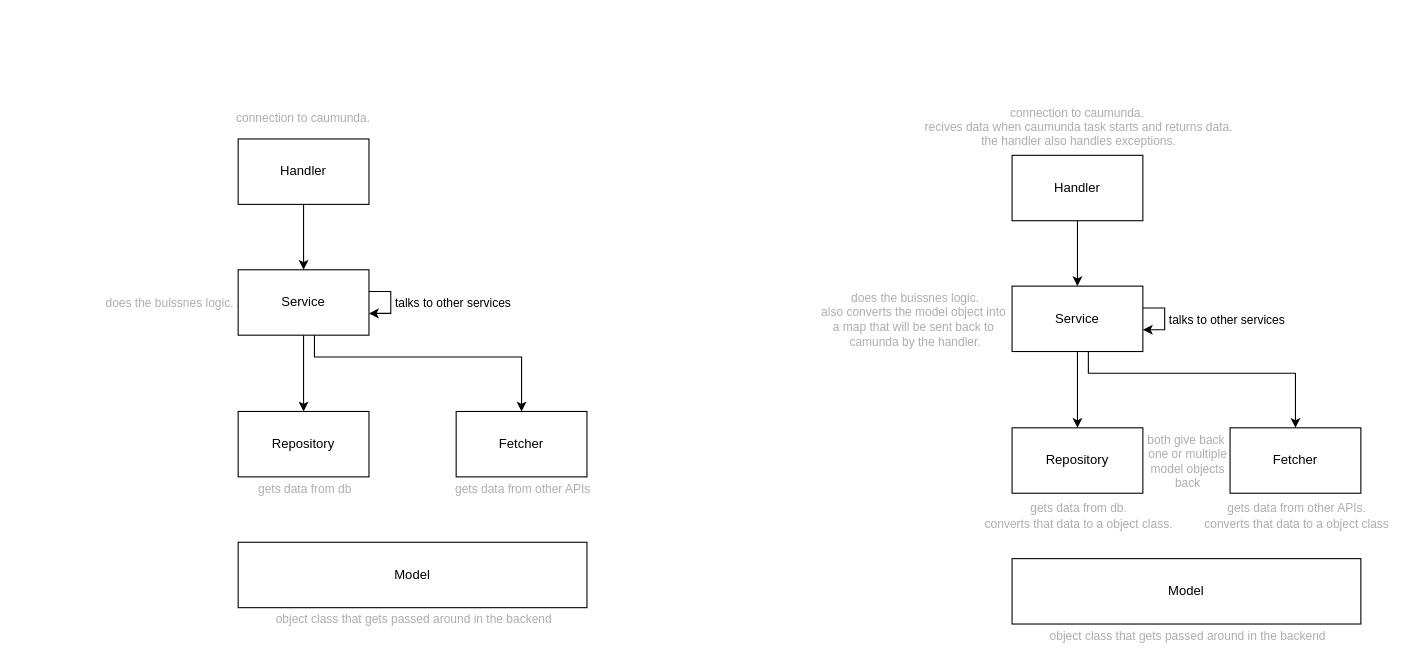
Above: 03-documentation/appendix/backend-structure.drawio in Luka0731/M254_AP24b_LB3_Canmaya-Grujic (draw.io), before the change. Source tidied: cells renumbered, new cells numbered last; positions are measured from the earlier drawing's top-left corner, leaving out a move shared by most shapes. Both pictures are drawn from the tidied source at 109%, with x=0, y=0 at pixel (168, 117).
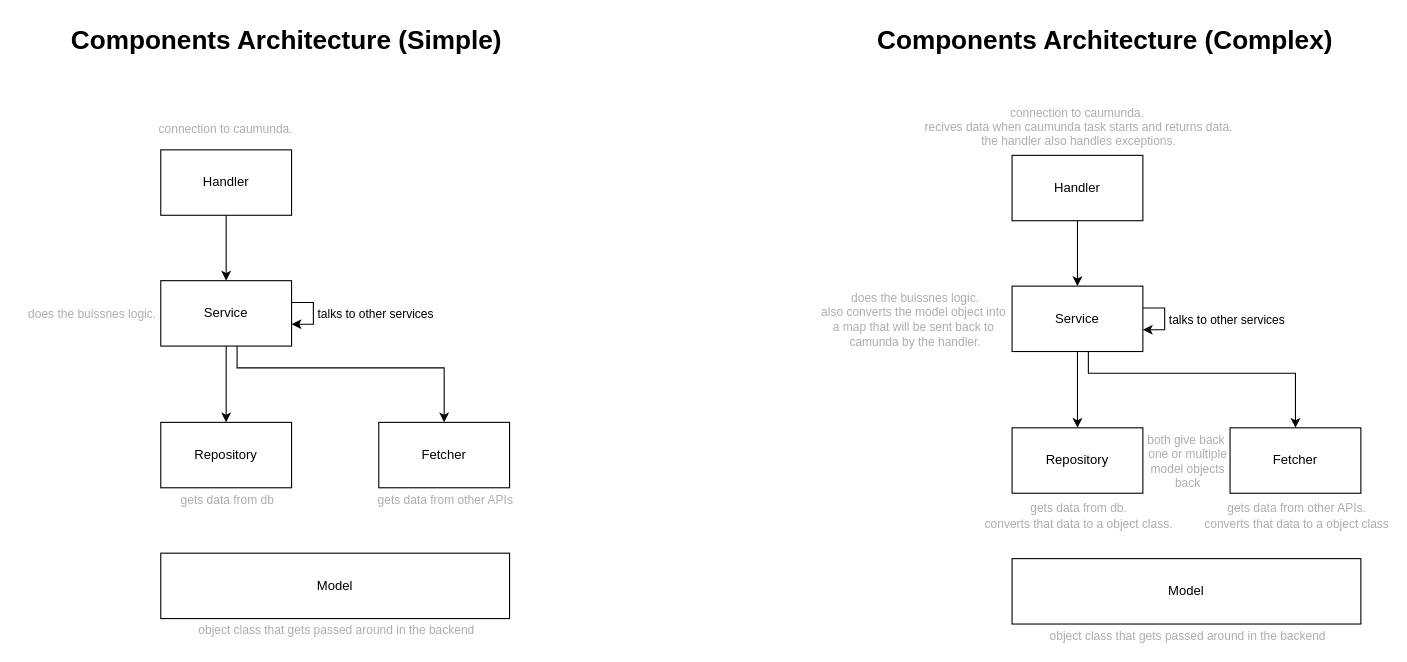
Above is the later version.

The edit, as a diff of the source:
```diff
@@
     <mxCell id="3" value="Handler" style="rounded=0;whiteSpace=wrap;html=1;" parent="1" vertex="1">
-      <mxGeometry x="64" y="20" width="120" height="60" as="geometry" />
+      <mxGeometry x="-7" y="30" width="120" height="60" as="geometry" />
     </mxCell>
     <mxCell id="4" value="Fetcher" style="rounded=0;whiteSpace=wrap;html=1;" parent="1" vertex="1">
-      <mxGeometry x="264" y="270" width="120" height="60" as="geometry" />
+      <mxGeometry x="193" y="280" width="120" height="60" as="geometry" />
     </mxCell>
@@
     <mxCell id="6" style="edgeStyle=orthogonalEdgeStyle;rounded=0;jettySize=auto;html=1;" parent="1" edge="1" source="7" target="4">
       <mxGeometry relative="1" as="geometry">
         <Array as="points">
-          <mxPoint x="134" y="220" />
-          <mxPoint x="324" y="220" />
+          <mxPoint x="63" y="230" />
+          <mxPoint x="253" y="230" />
         </Array>
       </mxGeometry>
     </mxCell>
     <mxCell id="7" value="Service" style="rounded=0;whiteSpace=wrap;html=1;" parent="1" vertex="1">
-      <mxGeometry x="64" y="140" width="120" height="60" as="geometry" />
+      <mxGeometry x="-7" y="150" width="120" height="60" as="geometry" />
     </mxCell>
     <mxCell id="8" value="Repository" style="rounded=0;whiteSpace=wrap;html=1;" parent="1" vertex="1">
-      <mxGeometry x="64" y="270" width="120" height="60" as="geometry" />
+      <mxGeometry x="-7" y="280" width="120" height="60" as="geometry" />
     </mxCell>
     <mxCell id="9" value="Model" style="rounded=0;whiteSpace=wrap;html=1;" parent="1" vertex="1">
-      <mxGeometry x="64" y="390" width="320" height="60" as="geometry" />
+      <mxGeometry x="-7" y="400" width="320" height="60" as="geometry" />
     </mxCell>
     <mxCell id="10" value="&lt;font color=&quot;#adadad&quot;&gt;object class that gets passed around in the backend&lt;/font&gt;" style="edgeLabel;html=1;align=center;verticalAlign=middle;" parent="1" vertex="1">
-      <mxGeometry x="224" y="460" as="geometry" />
+      <mxGeometry x="153" y="470" as="geometry" />
     </mxCell>
     <mxCell id="11" value="&lt;font color=&quot;#adadad&quot;&gt;gets data from other APIs&lt;/font&gt;" style="edgeLabel;html=1;align=center;verticalAlign=middle;" parent="1" vertex="1">
-      <mxGeometry x="324" y="340" as="geometry" />
+      <mxGeometry x="253" y="350" as="geometry" />
     </mxCell>
     <mxCell id="12" value="&lt;font color=&quot;#adadad&quot;&gt;gets data from db&lt;/font&gt;" style="edgeLabel;html=1;align=center;verticalAlign=middle;" parent="1" vertex="1">
-      <mxGeometry x="124" y="340" as="geometry" />
+      <mxGeometry x="53" y="350" as="geometry" />
     </mxCell>
     <mxCell id="13" value="&lt;font color=&quot;#adadad&quot;&gt;connection to caumunda.&amp;nbsp;&lt;/font&gt;" style="edgeLabel;html=1;align=center;verticalAlign=middle;" parent="1" vertex="1">
-      <mxGeometry x="124" as="geometry" />
+      <mxGeometry x="53" y="10" as="geometry" />
     </mxCell>
     <mxCell id="14" value="&lt;font color=&quot;#adadad&quot;&gt;does the buissnes logic.&lt;/font&gt;" style="edgeLabel;html=1;align=center;verticalAlign=middle;" parent="1" vertex="1">
-      <mxGeometry y="170" as="geometry" />
+      <mxGeometry x="-71" y="180" as="geometry" />
     </mxCell>
@@
+    <mxCell id="33" value="Components Architecture (Simple)" style="text;strokeColor=none;fillColor=none;html=1;fontSize=24;fontStyle=1;verticalAlign=middle;align=center;" parent="1" vertex="1">
+      <mxGeometry x="-137" y="-90" width="490" height="40" as="geometry" />
+    </mxCell>
+    <mxCell id="34" value="Components Architecture (Complex)" style="text;strokeColor=none;fillColor=none;html=1;fontSize=24;fontStyle=1;verticalAlign=middle;align=center;" parent="1" vertex="1">
+      <mxGeometry x="614" y="-90" width="490" height="40" as="geometry" />
+    </mxCell>
```
